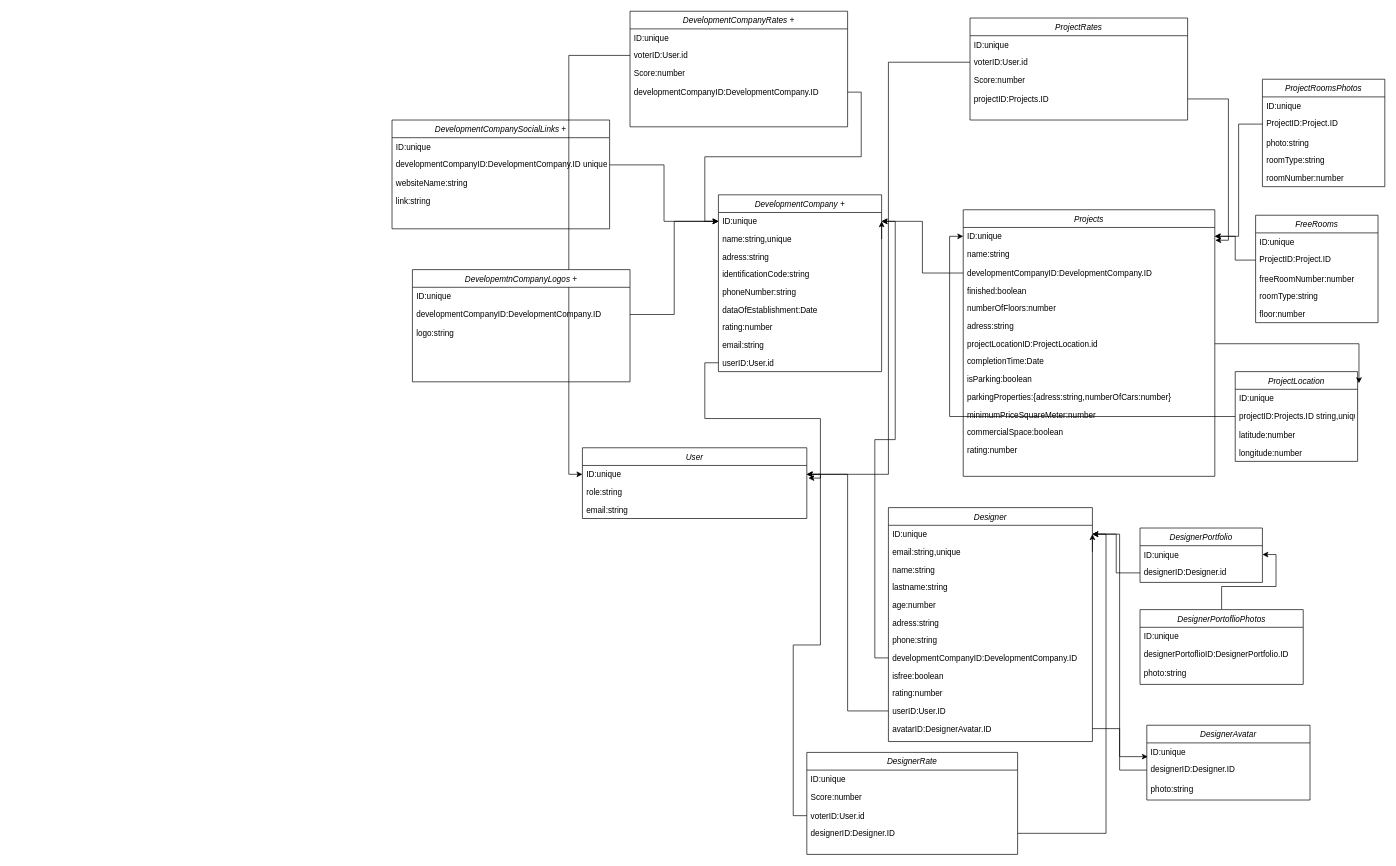
JangveladzeDima/development-project keeps this draw.io diagram as page "Page-1" (1 of 2) of development-project-plans/DatabaseModels.drawio. Above is the earlier version. Source tidied: cells renumbered, new cells numbered last; positions are measured from the earlier drawing's top-left corner, leaving out a move shared by most shapes. Both pictures are drawn from the tidied source at 68%, with x=0, y=0 at pixel (392, 11).
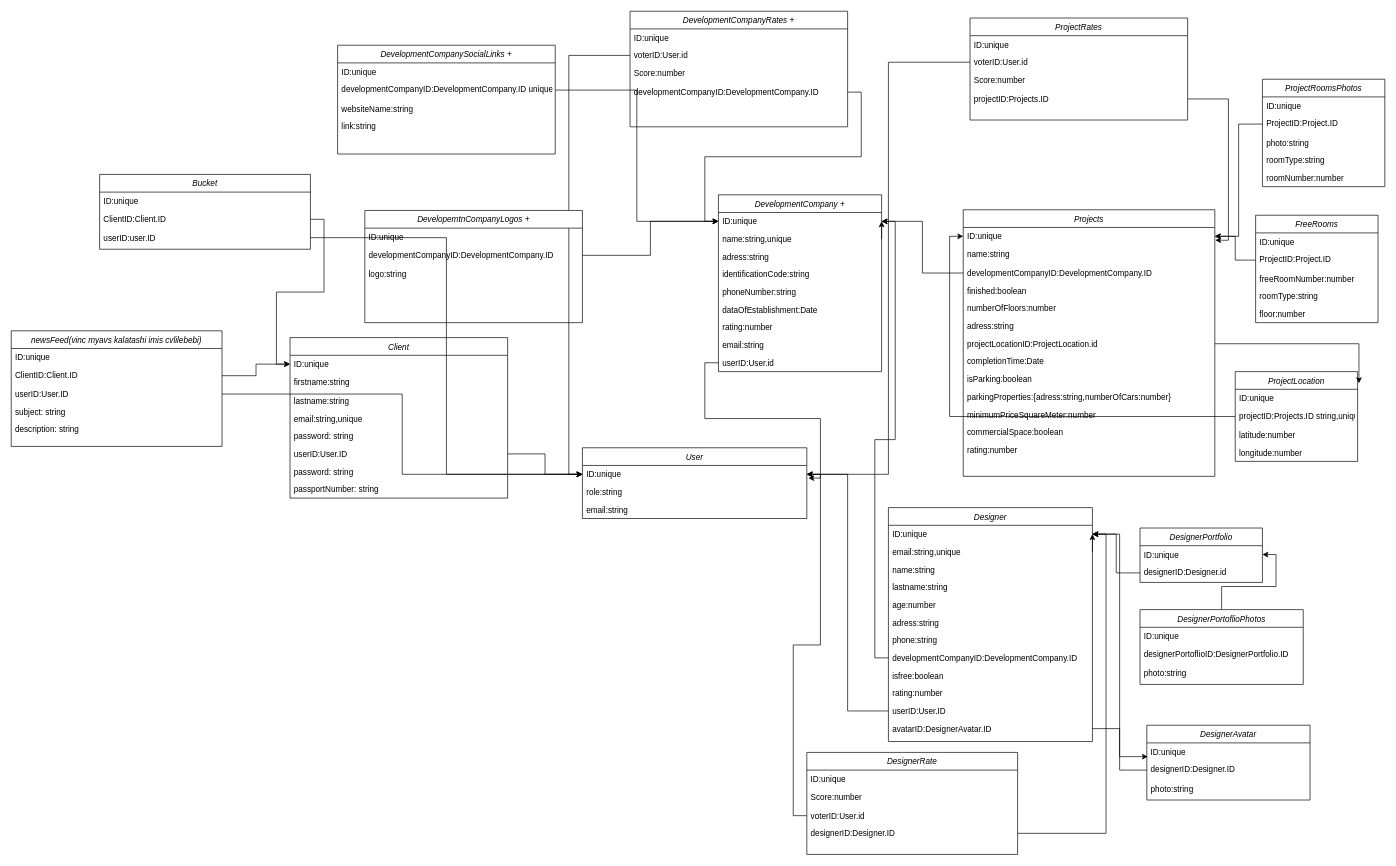
After the change.

The change refers to these unchanged cells:
```xml
<mxCell id="46" value="ID:unique" style="text;align=left;verticalAlign=top;spacingLeft=4;spacingRight=4;overflow=hidden;points=[[0,0.5],[1,0.5]];portConstraint=eastwest;rounded=0;shadow=0;html=0;" parent="45" vertex="1">
  <mxGeometry y="26" width="330" height="26" as="geometry" />
</mxCell>
```

Diff of the diagram source:
```diff
@@
     <mxCell id="13" value="DevelopmentCompanySocialLinks +" style="swimlane;fontStyle=2;align=center;verticalAlign=top;horizontal=1;startSize=26;rounded=0;shadow=0;strokeWidth=1;" parent="1" vertex="1">
-      <mxGeometry y="160" width="320" height="160" as="geometry" />
+      <mxGeometry x="-80" y="50" width="320" height="160" as="geometry" />
     </mxCell>
@@
     <mxCell id="65" value="DevelopemtnCompanyLogos +" style="swimlane;fontStyle=2;align=center;verticalAlign=top;horizontal=1;startSize=26;rounded=0;shadow=0;strokeWidth=1;" parent="1" vertex="1">
-      <mxGeometry x="30" y="380" width="320" height="165" as="geometry" />
+      <mxGeometry x="-40" y="293" width="320" height="165" as="geometry" />
     </mxCell>
@@
+    <mxCell id="117" value="Client" style="swimlane;fontStyle=2;align=center;verticalAlign=top;horizontal=1;startSize=26;rounded=0;shadow=0;strokeWidth=1;" parent="1" vertex="1">
+      <mxGeometry x="-150" y="480" width="320" height="236" as="geometry" />
+    </mxCell>
+    <mxCell id="118" value="ID:unique" style="text;align=left;verticalAlign=top;spacingLeft=4;spacingRight=4;overflow=hidden;points=[[0,0.5],[1,0.5]];portConstraint=eastwest;rounded=0;shadow=0;html=0;" parent="117" vertex="1">
+      <mxGeometry y="26" width="320" height="26" as="geometry" />
+    </mxCell>
+    <mxCell id="119" value="firstname:string" style="text;align=left;verticalAlign=top;spacingLeft=4;spacingRight=4;overflow=hidden;" parent="117" vertex="1">
+      <mxGeometry y="52" width="320" height="28" as="geometry" />
+    </mxCell>
+    <mxCell id="120" value="lastname:string" style="text;align=left;verticalAlign=top;spacingLeft=4;spacingRight=4;overflow=hidden;" parent="117" vertex="1">
+      <mxGeometry y="80" width="320" height="26" as="geometry" />
+    </mxCell>
+    <mxCell id="121" value="email:string,unique" style="text;align=left;verticalAlign=top;spacingLeft=4;spacingRight=4;overflow=hidden;" parent="117" vertex="1">
+      <mxGeometry y="106" width="320" height="26" as="geometry" />
+    </mxCell>
+    <mxCell id="122" value="password: string" style="text;align=left;verticalAlign=top;spacingLeft=4;spacingRight=4;overflow=hidden;" parent="117" vertex="1">
+      <mxGeometry y="132" width="320" height="26" as="geometry" />
+    </mxCell>
+    <mxCell id="123" value="userID:User.ID" style="text;align=left;verticalAlign=top;spacingLeft=4;spacingRight=4;overflow=hidden;points=[[0,0.5],[1,0.5]];portConstraint=eastwest;" parent="117" vertex="1">
+      <mxGeometry y="158" width="320" height="26" as="geometry" />
+    </mxCell>
+    <mxCell id="124" value="password: string" style="text;align=left;verticalAlign=top;spacingLeft=4;spacingRight=4;overflow=hidden;" parent="117" vertex="1">
+      <mxGeometry y="184" width="320" height="26" as="geometry" />
+    </mxCell>
+    <mxCell id="125" value="passportNumber: string" style="text;align=left;verticalAlign=top;spacingLeft=4;spacingRight=4;overflow=hidden;" parent="117" vertex="1">
+      <mxGeometry y="210" width="320" height="26" as="geometry" />
+    </mxCell>
+    <mxCell id="126" style="edgeStyle=orthogonalEdgeStyle;rounded=0;jettySize=auto;html=1;entryX=0;entryY=0.5;entryDx=0;entryDy=0;" parent="1" edge="1" source="123" target="46">
+      <mxGeometry relative="1" as="geometry" />
+    </mxCell>
+    <mxCell id="127" value="Bucket" style="swimlane;fontStyle=2;align=center;verticalAlign=top;horizontal=1;startSize=26;rounded=0;shadow=0;strokeWidth=1;" parent="1" vertex="1">
+      <mxGeometry x="-430" y="240" width="310" height="110" as="geometry" />
+    </mxCell>
+    <mxCell id="128" value="ID:unique" style="text;align=left;verticalAlign=top;spacingLeft=4;spacingRight=4;overflow=hidden;rounded=0;shadow=0;html=0;" parent="127" vertex="1">
+      <mxGeometry y="26" width="310" height="26" as="geometry" />
+    </mxCell>
+    <mxCell id="129" value="ClientID:Client.ID" style="text;align=left;verticalAlign=top;spacingLeft=4;spacingRight=4;overflow=hidden;points=[[0,0.5],[1,0.5]];portConstraint=eastwest;" parent="127" vertex="1">
+      <mxGeometry y="52" width="310" height="28" as="geometry" />
+    </mxCell>
+    <mxCell id="130" value="userID:user.ID" style="text;align=left;verticalAlign=top;spacingLeft=4;spacingRight=4;overflow=hidden;points=[[0,0.5],[1,0.5]];portConstraint=eastwest;" parent="127" vertex="1">
+      <mxGeometry y="80" width="310" height="26" as="geometry" />
+    </mxCell>
+    <mxCell id="131" style="edgeStyle=orthogonalEdgeStyle;rounded=0;jettySize=auto;html=1;entryX=0;entryY=0.5;entryDx=0;entryDy=0;" parent="1" edge="1" source="129" target="118">
+      <mxGeometry relative="1" as="geometry" />
+    </mxCell>
+    <mxCell id="132" value="newsFeed(vinc myavs kalatashi imis cvlilebebi)" style="swimlane;fontStyle=2;align=center;verticalAlign=top;horizontal=1;startSize=26;rounded=0;shadow=0;strokeWidth=1;" parent="1" vertex="1">
+      <mxGeometry x="-560" y="470" width="310" height="170" as="geometry" />
+    </mxCell>
+    <mxCell id="133" value="ID:unique" style="text;align=left;verticalAlign=top;spacingLeft=4;spacingRight=4;overflow=hidden;rounded=0;shadow=0;html=0;" parent="132" vertex="1">
+      <mxGeometry y="26" width="310" height="26" as="geometry" />
+    </mxCell>
+    <mxCell id="134" value="ClientID:Client.ID" style="text;align=left;verticalAlign=top;spacingLeft=4;spacingRight=4;overflow=hidden;points=[[0,0.5],[1,0.5]];portConstraint=eastwest;" parent="132" vertex="1">
+      <mxGeometry y="52" width="310" height="28" as="geometry" />
+    </mxCell>
+    <mxCell id="135" value="userID:User.ID" style="text;align=left;verticalAlign=top;spacingLeft=4;spacingRight=4;overflow=hidden;points=[[0,0.5],[1,0.5]];portConstraint=eastwest;" parent="132" vertex="1">
+      <mxGeometry y="80" width="310" height="26" as="geometry" />
+    </mxCell>
+    <mxCell id="136" value="subject: string" style="text;align=left;verticalAlign=top;spacingLeft=4;spacingRight=4;overflow=hidden;" parent="132" vertex="1">
+      <mxGeometry y="106" width="310" height="26" as="geometry" />
+    </mxCell>
+    <mxCell id="137" value="description: string" style="text;align=left;verticalAlign=top;spacingLeft=4;spacingRight=4;overflow=hidden;" parent="132" vertex="1">
+      <mxGeometry y="132" width="310" height="26" as="geometry" />
+    </mxCell>
+    <mxCell id="138" style="edgeStyle=orthogonalEdgeStyle;rounded=0;jettySize=auto;html=1;entryX=0;entryY=0.5;entryDx=0;entryDy=0;" parent="1" edge="1" source="134" target="118">
+      <mxGeometry relative="1" as="geometry" />
+    </mxCell>
+    <mxCell id="139" style="edgeStyle=orthogonalEdgeStyle;rounded=0;jettySize=auto;html=1;entryX=0;entryY=0.5;entryDx=0;entryDy=0;" parent="1" edge="1" source="130" target="46">
+      <mxGeometry relative="1" as="geometry" />
+    </mxCell>
+    <mxCell id="140" style="edgeStyle=orthogonalEdgeStyle;rounded=0;jettySize=auto;html=1;entryX=0;entryY=0.5;entryDx=0;entryDy=0;" parent="1" edge="1" source="135" target="46">
+      <mxGeometry relative="1" as="geometry" />
+    </mxCell>
```
